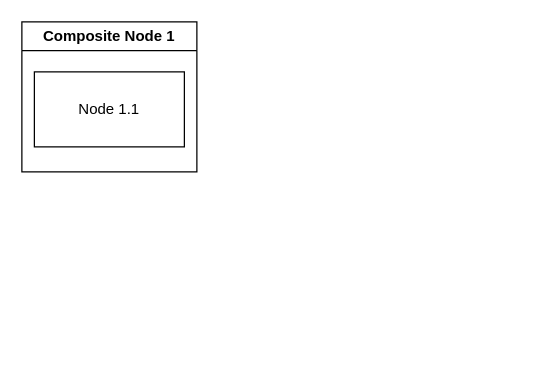
The draw.io diagram generator/graph.drawio in Nasdanika-Models/graph, before the edit. Source tidied: cells renumbered, new cells numbered last; positions are measured from the earlier drawing's top-left corner, leaving out a move shared by most shapes. Both pictures are drawn from the tidied source at 125%, with x=0, y=0 at pixel (21, 21).
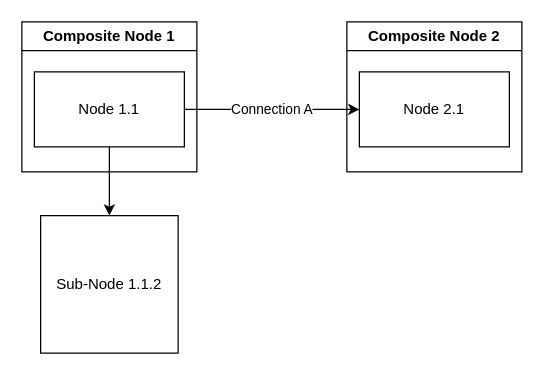
The same diagram, later.

Commit message (it also covers changes not shown here):
Graph mapping test

The edit, as a diff of the source:
```diff
@@
 <mxGraphModel>
   <root>
     <mxCell id="0" />
     <mxCell id="1" parent="0" />
     <mxCell id="2" value="Composite Node 1" style="swimlane;whiteSpace=wrap;html=1;" parent="1" vertex="1">
       <mxGeometry width="140" height="120" as="geometry" />
     </mxCell>
     <mxCell id="3" value="Node 1.1" style="rounded=0;whiteSpace=wrap;html=1;" parent="2" vertex="1">
       <mxGeometry x="10" y="40" width="120" height="60" as="geometry" />
     </mxCell>
+    <mxCell id="4" value="Composite Node 2" style="swimlane;whiteSpace=wrap;html=1;" parent="1" vertex="1">
+      <mxGeometry x="260" width="140" height="120" as="geometry" />
+    </mxCell>
+    <mxCell id="5" value="Node 2.1" style="rounded=0;whiteSpace=wrap;html=1;" parent="4" vertex="1">
+      <mxGeometry x="10" y="40" width="120" height="60" as="geometry" />
+    </mxCell>
+    <mxCell id="6" value="Connection A" style="edgeStyle=orthogonalEdgeStyle;rounded=0;jettySize=auto;html=1;" parent="1" edge="1" source="3" target="5">
+      <mxGeometry relative="1" as="geometry" />
+    </mxCell>
+    <mxCell id="7" value="Sub-Node 1.1.2" style="whiteSpace=wrap;html=1;" parent="1" vertex="1">
+      <mxGeometry x="15" y="155" width="110" height="110" as="geometry" />
+    </mxCell>
+    <mxCell id="8" style="edgeStyle=orthogonalEdgeStyle;rounded=0;jettySize=auto;html=1;" parent="1" edge="1" source="3" target="7">
+      <mxGeometry relative="1" as="geometry" />
+    </mxCell>
   </root>
 </mxGraphModel>
```
